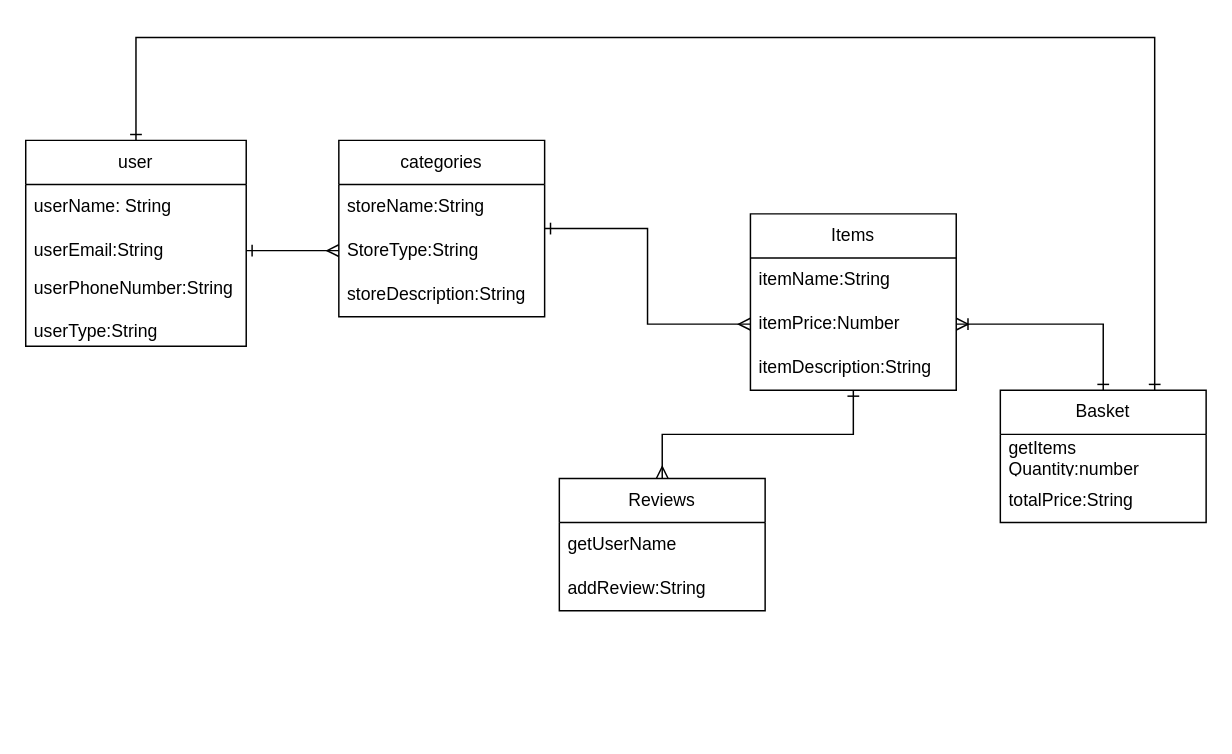
Before: ERD New.drawio in yusefzaman/SEI-Project-2-QuickCart, a draw.io diagram. Source tidied: cells renumbered, new cells numbered last; positions are measured from the earlier drawing's top-left corner, leaving out a move shared by most shapes. Both pictures are drawn from the tidied source at 147%, with x=0, y=0 at pixel (25, 37).
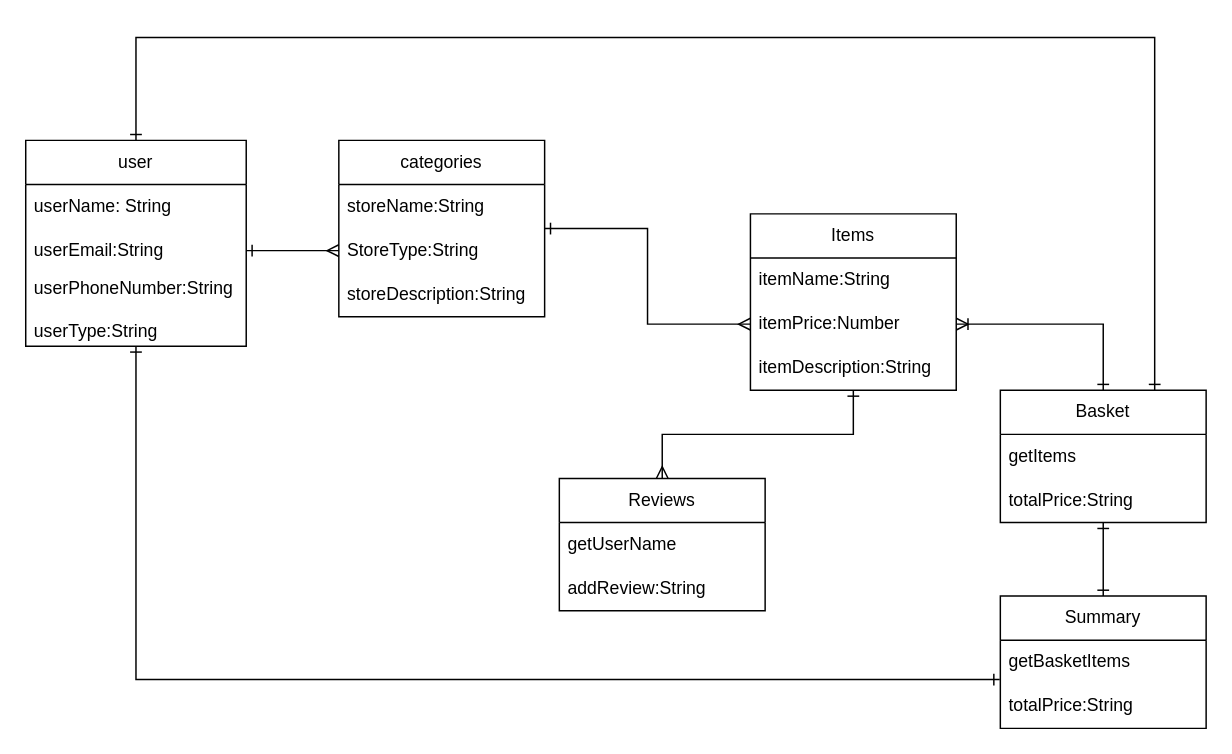
Above is the later version.

Unchanged cells that the change refers to:
```xml
<mxCell id="3" value="user" style="swimlane;fontStyle=0;horizontal=1;startSize=30;whiteSpace=wrap;html=1;" parent="1" vertex="1">
  <mxGeometry y="70" width="150" height="140" as="geometry" />
</mxCell>
<mxCell id="20" value="Basket" style="swimlane;fontStyle=0;horizontal=1;startSize=30;whiteSpace=wrap;html=1;" parent="1" vertex="1">
  <mxGeometry x="663" y="240" width="140" height="90" as="geometry" />
</mxCell>
```

The edit, as a diff of the source:
```diff
@@
+    <mxCell id="25" style="edgeStyle=orthogonalEdgeStyle;rounded=0;jettySize=auto;html=1;entryX=-0.003;entryY=-0.108;entryDx=0;entryDy=0;entryPerimeter=0;startArrow=ERone;startFill=0;endArrow=ERone;endFill=0;" parent="1" edge="1" source="3" target="29">
+      <mxGeometry relative="1" as="geometry" />
+    </mxCell>
@@
+    <mxCell id="26" style="edgeStyle=orthogonalEdgeStyle;rounded=0;jettySize=auto;html=1;entryX=0.5;entryY=0;entryDx=0;entryDy=0;startArrow=ERone;startFill=0;endArrow=ERone;endFill=0;" parent="1" edge="1" source="20" target="27">
+      <mxGeometry relative="1" as="geometry" />
+    </mxCell>
@@
-    <mxCell id="21" value="getItems&lt;div&gt;Quantity:number&lt;/div&gt;" style="text;strokeColor=none;fillColor=none;align=left;verticalAlign=middle;spacingLeft=4;spacingRight=4;overflow=hidden;whiteSpace=wrap;html=1;" parent="20" vertex="1">
+    <mxCell id="21" value="getItems" style="text;strokeColor=none;fillColor=none;align=left;verticalAlign=middle;spacingLeft=4;spacingRight=4;overflow=hidden;whiteSpace=wrap;html=1;" parent="20" vertex="1">
       <mxGeometry y="30" width="140" height="30" as="geometry" />
     </mxCell>
@@
+    <mxCell id="27" value="Summary" style="swimlane;fontStyle=0;horizontal=1;startSize=30;whiteSpace=wrap;html=1;" parent="1" vertex="1">
+      <mxGeometry x="663" y="380" width="140" height="90" as="geometry" />
+    </mxCell>
+    <mxCell id="28" value="getBasketItems" style="text;strokeColor=none;fillColor=none;align=left;verticalAlign=middle;spacingLeft=4;spacingRight=4;overflow=hidden;whiteSpace=wrap;html=1;" parent="27" vertex="1">
+      <mxGeometry y="30" width="140" height="30" as="geometry" />
+    </mxCell>
+    <mxCell id="29" value="totalPrice:String" style="text;strokeColor=none;fillColor=none;align=left;verticalAlign=middle;spacingLeft=4;spacingRight=4;overflow=hidden;points=[[0,0.5],[1,0.5]];portConstraint=eastwest;whiteSpace=wrap;html=1;" parent="27" vertex="1">
+      <mxGeometry y="60" width="140" height="30" as="geometry" />
+    </mxCell>
```
